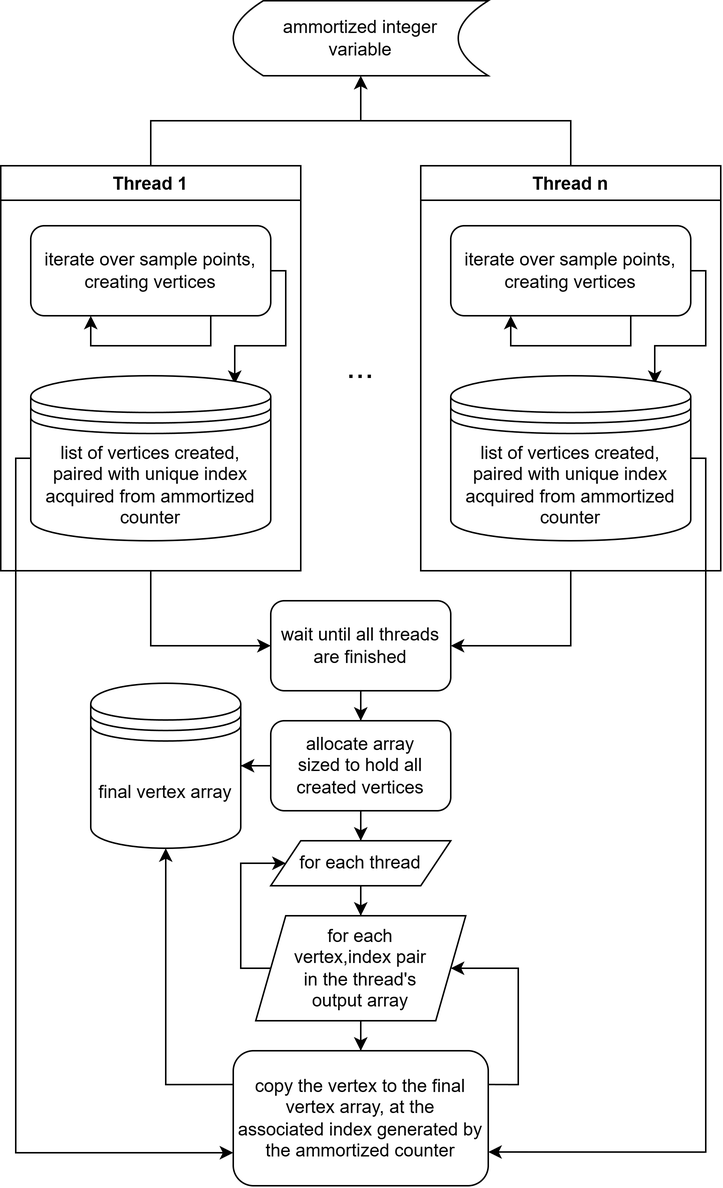
This is doc/vertex parallelisation.png from oculometric/marching-tetrahedra-fyp, a draw.io export, as it was before one commit. Source tidied: cells renumbered, new cells last; positions are measured from the earlier drawing's top-left corner, leaving out a move shared by most shapes.
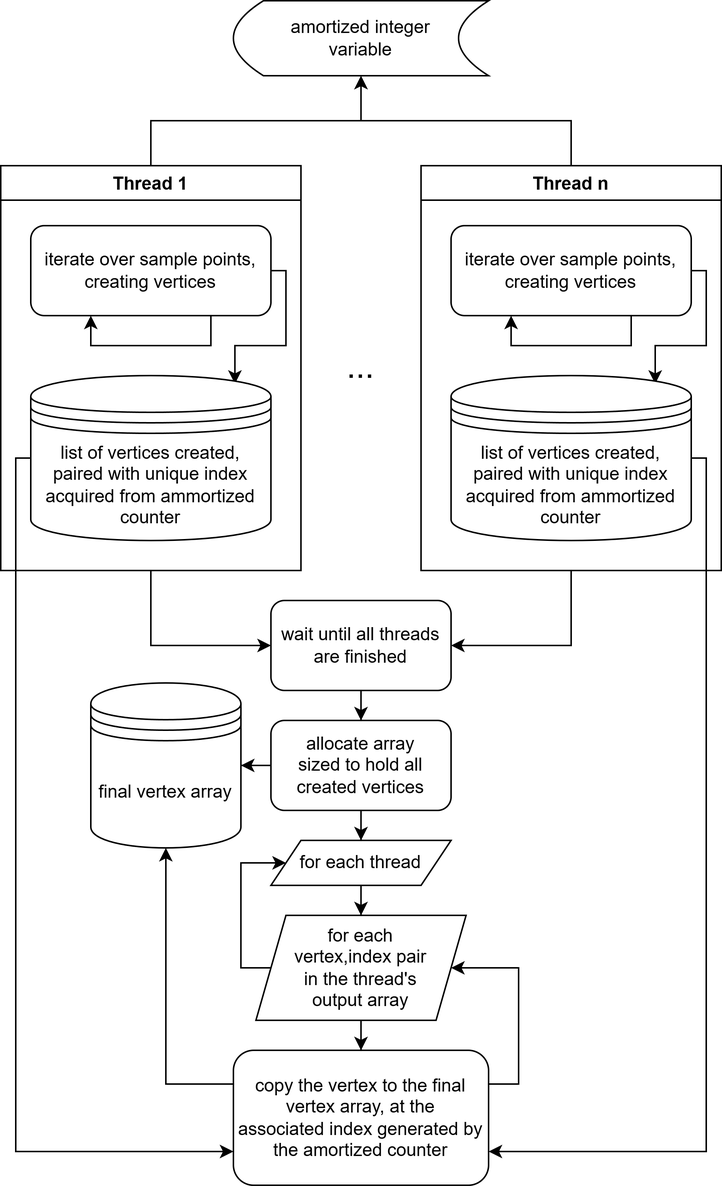
After the change.

Change to the diagram source:
```diff
@@ -56,7 +56,7 @@
     <mxCell id="15" value="list of vertices created,&lt;br&gt;paired with unique index acquired from ammortized counter" style="shape=datastore;whiteSpace=wrap;html=1;" parent="11" vertex="1">
       <mxGeometry x="20" y="140" width="160" height="110" as="geometry" />
     </mxCell>
-    <mxCell id="16" value="ammortized integer &lt;br&gt;variable" style="shape=dataStorage;whiteSpace=wrap;html=1;fixedSize=1;" parent="1" vertex="1">
+    <mxCell id="16" value="amortized integer &lt;br&gt;variable" style="shape=dataStorage;whiteSpace=wrap;html=1;fixedSize=1;" parent="1" vertex="1">
       <mxGeometry x="155" width="170" height="50" as="geometry" />
     </mxCell>
     <mxCell id="17" style="edgeStyle=orthogonalEdgeStyle;rounded=0;jettySize=auto;html=1;entryX=0.5;entryY=0;entryDx=0;entryDy=0;" parent="1" edge="1" source="18" target="22">
@@ -97,7 +97,7 @@
     <mxCell id="27" style="edgeStyle=orthogonalEdgeStyle;rounded=0;jettySize=auto;html=1;exitX=0;exitY=0.25;exitDx=0;exitDy=0;entryX=0.5;entryY=1;entryDx=0;entryDy=0;" parent="1" edge="1" source="28" target="23">
       <mxGeometry relative="1" as="geometry" />
     </mxCell>
-    <mxCell id="28" value="copy the vertex to the final vertex array, at the associated&amp;nbsp;&lt;span style=&quot;background-color: transparent; color: light-dark(rgb(0, 0, 0), rgb(255, 255, 255));&quot;&gt;index generated by the ammortized counter&lt;/span&gt;" style="rounded=1;whiteSpace=wrap;html=1;" parent="1" vertex="1">
+    <mxCell id="28" value="copy the vertex to the final vertex array, at the associated&amp;nbsp;&lt;span style=&quot;background-color: transparent; color: light-dark(rgb(0, 0, 0), rgb(255, 255, 255));&quot;&gt;index generated by the amortized counter&lt;/span&gt;" style="rounded=1;whiteSpace=wrap;html=1;" parent="1" vertex="1">
       <mxGeometry x="155" y="700" width="170" height="90" as="geometry" />
     </mxCell>
     <mxCell id="29" style="edgeStyle=orthogonalEdgeStyle;rounded=0;jettySize=auto;html=1;" parent="1" edge="1" source="31" target="28">
```
